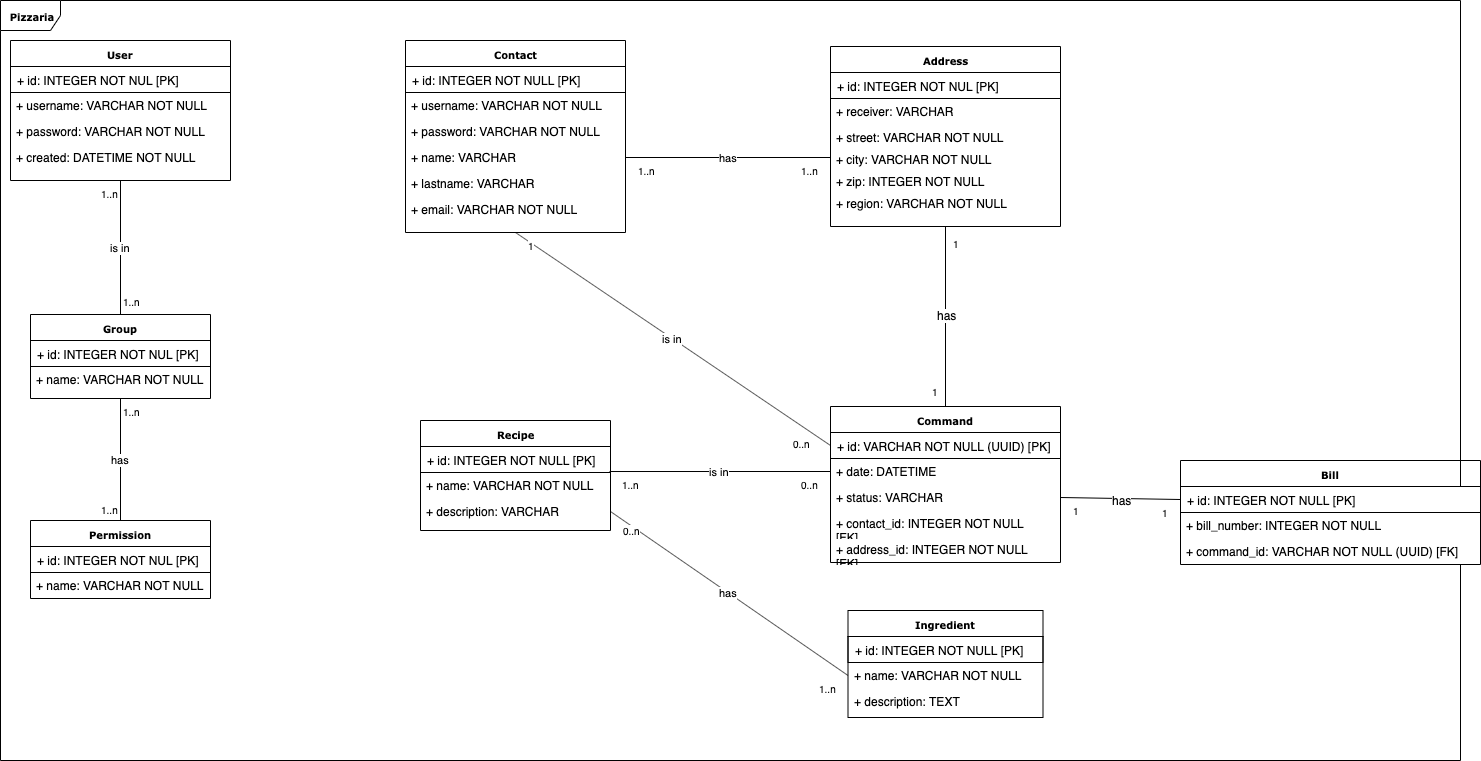
This is docs/class diagram/class diagram pizzeria.png from ritchy7/cosotespi, a draw.io export, as it was before one commit. Source tidied: cells renumbered, new cells last; positions are measured from the earlier drawing's top-left corner, leaving out a move shared by most shapes.
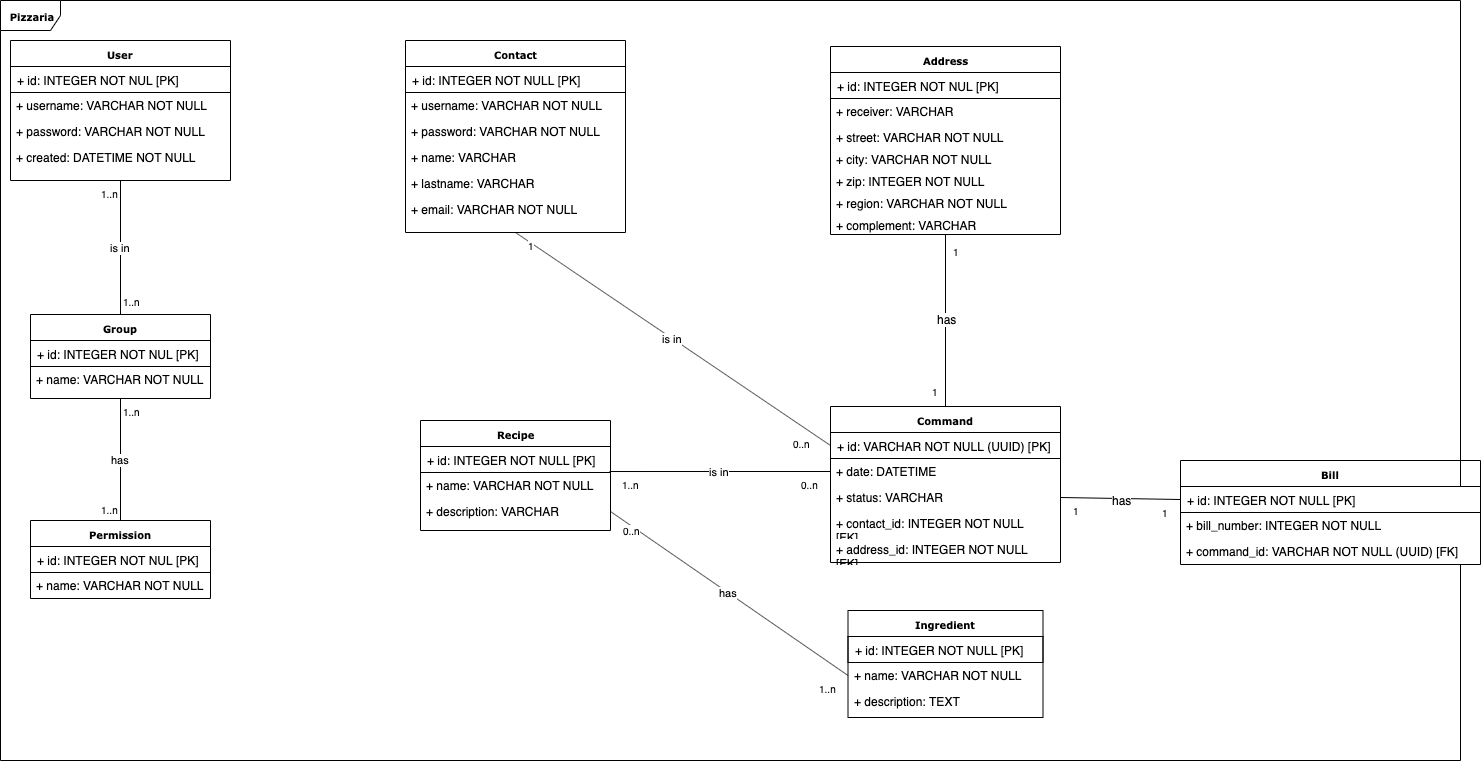
After the change.

Commit message:
modify: delete relation between Contact and Address, add 'complement' to address model.

Change to the diagram source:
```diff
@@ -102,7 +102,7 @@
       <mxGeometry y="52" width="180" height="26" as="geometry" />
     </mxCell>
     <mxCell id="35" value="&lt;b&gt;Address&lt;/b&gt;" style="swimlane;html=1;fontStyle=0;horizontal=1;startSize=26;fillColor=none;swimlaneFillColor=#ffffff;rounded=0;shadow=0;comic=0;labelBackgroundColor=none;strokeColor=#000000;strokeWidth=1;fontFamily=Verdana;fontSize=10;fontColor=#000000;align=center;" parent="1" vertex="1">
-      <mxGeometry x="830" y="46" width="230" height="180" as="geometry" />
+      <mxGeometry x="830" y="46" width="230" height="188" as="geometry" />
     </mxCell>
     <mxCell id="36" value="+ id: INTEGER NOT NUL [PK]" style="text;html=1;strokeColor=#000000;fillColor=none;align=left;verticalAlign=top;spacingLeft=4;spacingRight=4;whiteSpace=wrap;overflow=hidden;" parent="35" vertex="1">
       <mxGeometry y="26" width="230" height="26" as="geometry" />
@@ -122,6 +122,9 @@
     <mxCell id="41" value="+ region: VARCHAR NOT NULL" style="text;html=1;strokeColor=none;fillColor=none;align=left;verticalAlign=top;spacingLeft=4;spacingRight=4;whiteSpace=wrap;overflow=hidden;" parent="35" vertex="1">
       <mxGeometry y="144" width="230" height="22" as="geometry" />
     </mxCell>
+    <mxCell id="72" value="+ complement: VARCHAR" style="text;html=1;strokeColor=none;fillColor=none;align=left;verticalAlign=top;spacingLeft=4;spacingRight=4;whiteSpace=wrap;overflow=hidden;" parent="35" vertex="1">
+      <mxGeometry y="166" width="230" height="22" as="geometry" />
+    </mxCell>
     <mxCell id="42" value="&lt;b&gt;Bill&lt;/b&gt;" style="swimlane;html=1;fontStyle=0;horizontal=1;startSize=26;fillColor=none;swimlaneFillColor=#ffffff;rounded=0;shadow=0;comic=0;labelBackgroundColor=none;strokeColor=#000000;strokeWidth=1;fontFamily=Verdana;fontSize=10;fontColor=#000000;align=center;" parent="1" vertex="1">
       <mxGeometry x="1180" y="460" width="300" height="104" as="geometry" />
     </mxCell>
@@ -169,19 +172,6 @@
         <mxPoint x="275" y="198" as="offset" />
       </mxGeometry>
     </mxCell>
-    <mxCell id="55" value="has" style="endArrow=none;html=1;endSize=12;startArrow=none;startSize=14;startFill=0;endFill=0;exitX=1;exitY=0.5;exitDx=0;exitDy=0;entryX=0;entryY=0.5;entryDx=0;entryDy=0;" parent="1" edge="1" source="17" target="39">
-      <mxGeometry relative="1" as="geometry" />
-    </mxCell>
-    <mxCell id="56" value="1..n" style="html=1;align=left;verticalAlign=top;labelBackgroundColor=#ffffff;fontSize=10;" parent="55" vertex="1">
-      <mxGeometry x="-1" relative="1" as="geometry">
-        <mxPoint x="10" as="offset" />
-      </mxGeometry>
-    </mxCell>
-    <mxCell id="57" value="1..n" style="html=1;align=right;verticalAlign=top;labelBackgroundColor=#ffffff;fontSize=10;" parent="55" vertex="1">
-      <mxGeometry x="1" relative="1" as="geometry">
-        <mxPoint x="-10" as="offset" />
-      </mxGeometry>
-    </mxCell>
     <mxCell id="58" style="endArrow=none;html=1;endSize=12;startArrow=none;startSize=14;startFill=0;endFill=0;exitX=0.5;exitY=1;exitDx=0;exitDy=0;entryX=0.5;entryY=0;entryDx=0;entryDy=0;" parent="1" edge="1" source="35" target="3">
       <mxGeometry relative="1" as="geometry" />
     </mxCell>
```
